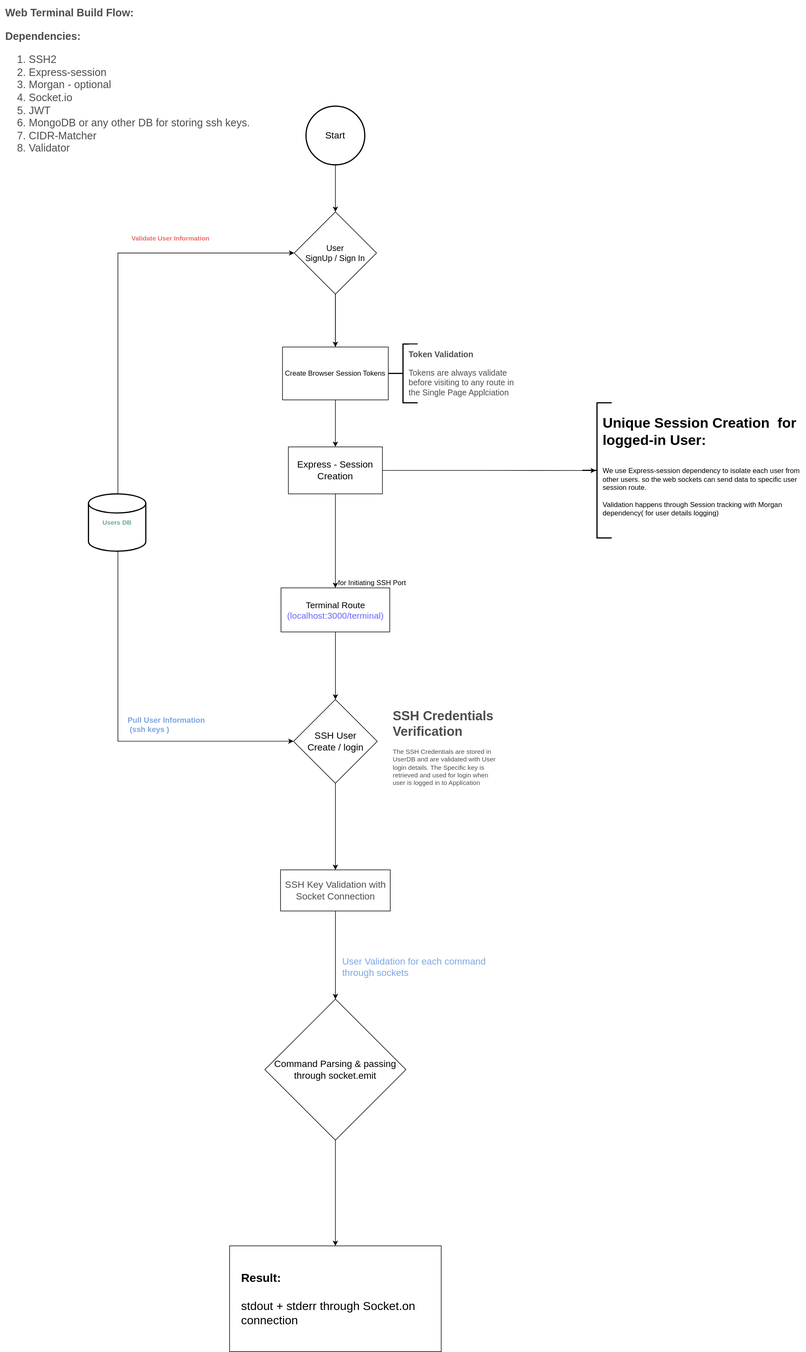
This is web_Terminal_Integration.drawio.svg from belanasaikiran/FlowCharts, a draw.io export, as it was before one commit. Source tidied: cells renumbered, new cells last; positions are measured from the earlier drawing's top-left corner, leaving out a move shared by most shapes.
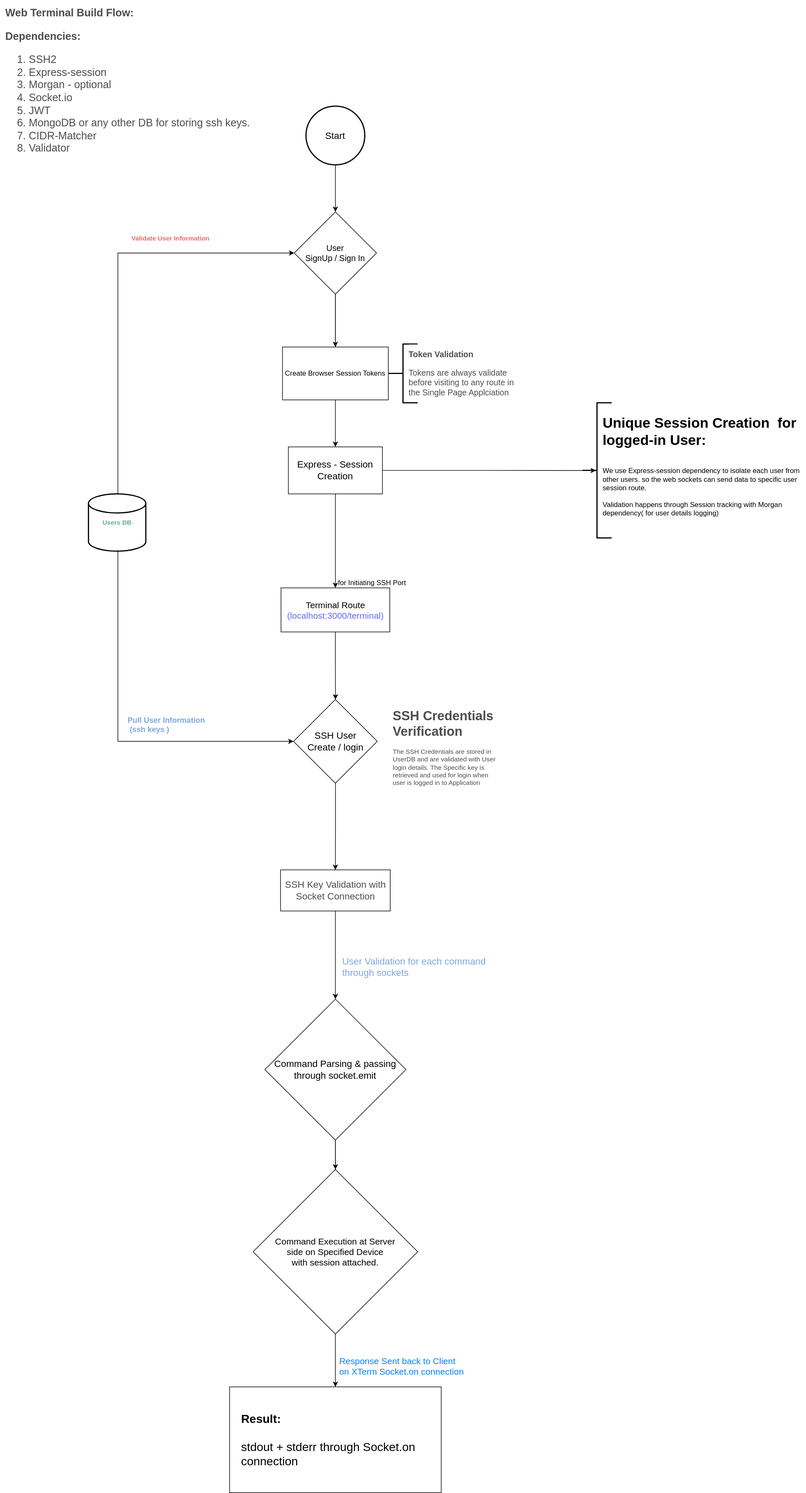
Above is the later version.

What changed in the source:
```diff
@@ -98,6 +98,9 @@
     <mxCell id="30" style="edgeStyle=orthogonalEdgeStyle;rounded=0;jettySize=auto;html=1;fontSize=16;fontColor=#7EA6E0;" parent="1" edge="1" source="31" target="33">
       <mxGeometry relative="1" as="geometry" />
     </mxCell>
+    <mxCell id="34" style="edgeStyle=orthogonalEdgeStyle;rounded=0;jettySize=auto;html=1;" parent="1" edge="1" source="31" target="35">
+      <mxGeometry relative="1" as="geometry" />
+    </mxCell>
     <mxCell id="31" value="Command Parsing &amp;amp; passing through socket.emit" style="rhombus;whiteSpace=wrap;html=1;fontSize=16;rounded=0;" parent="1" vertex="1">
       <mxGeometry x="450" y="1690" width="240" height="240" as="geometry" />
     </mxCell>
@@ -105,7 +108,13 @@
       <mxGeometry x="580" y="1610" width="300" height="40" as="geometry" />
     </mxCell>
     <mxCell id="33" value="&lt;b&gt;Result:&lt;br&gt;&lt;/b&gt;&lt;br style=&quot;font-size: 20px;&quot;&gt;stdout + stderr through Socket.on connection" style="whiteSpace=wrap;html=1;fontSize=20;rounded=0;align=left;spacing=20;" parent="1" vertex="1">
-      <mxGeometry x="390" y="2110" width="360" height="180" as="geometry" />
+      <mxGeometry x="390" y="2350" width="360" height="180" as="geometry" />
     </mxCell>
+    <mxCell id="35" value="Command Execution at Server &lt;br&gt;side on Specified Device &lt;br&gt;with session attached." style="rhombus;whiteSpace=wrap;html=1;fontSize=15;rounded=0;" parent="1" vertex="1">
+      <mxGeometry x="430" y="1980" width="280" height="280" as="geometry" />
+    </mxCell>
+    <mxCell id="36" value="Response Sent back to Client on XTerm Socket.on connection" style="text;html=1;strokeColor=none;fillColor=none;align=left;verticalAlign=middle;whiteSpace=wrap;rounded=0;fontSize=15;fontColor=#007FFF;" parent="1" vertex="1">
+      <mxGeometry x="575" y="2300" width="220" height="30" as="geometry" />
+    </mxCell>
   </root>
 </mxGraphModel>
```
